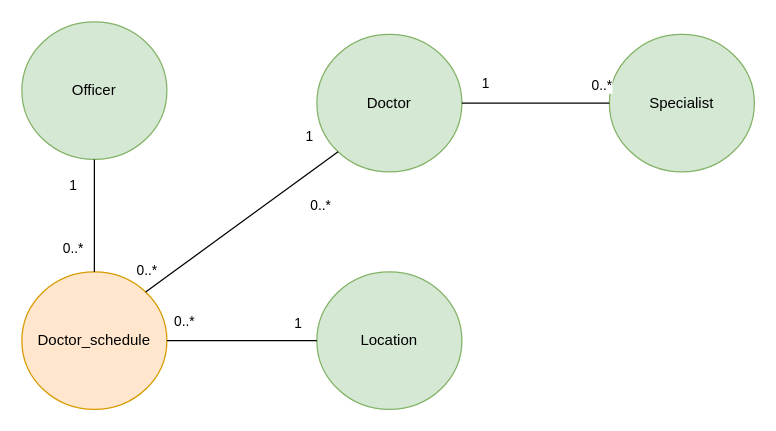
This is page "entity" (5 of 10) of ระบบนัดหมาย.drawio from nunpromporn/DoctorSchedule, a draw.io file, before an edit. Source tidied: cells renumbered, new cells numbered last; positions are measured from the earlier drawing's top-left corner, leaving out a move shared by most shapes. Both pictures are drawn from the tidied source at 125%, with x=0, y=0 at pixel (21, 21).
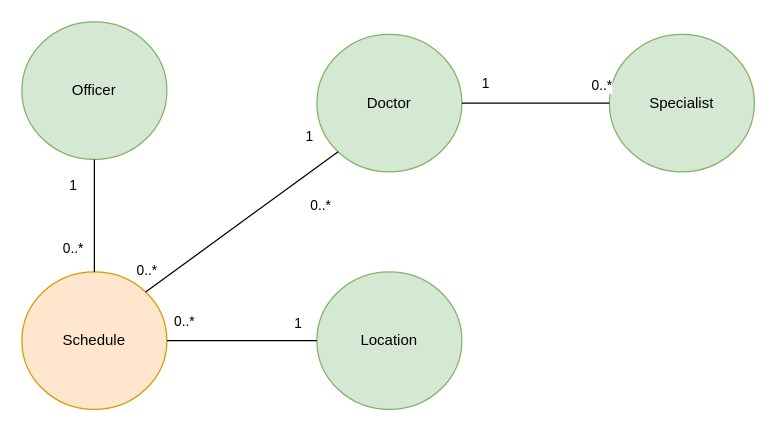
After the change.

Change to the diagram source:
```diff
@@
-    <mxCell id="5" value="Doctor_schedule" style="ellipse;whiteSpace=wrap;html=1;fillColor=#ffe6cc;strokeColor=#d79b00;" parent="1" vertex="1">
+    <mxCell id="5" value="Schedule" style="ellipse;whiteSpace=wrap;html=1;fillColor=#ffe6cc;strokeColor=#d79b00;" parent="1" vertex="1">
       <mxGeometry y="200" width="116" height="110" as="geometry" />
     </mxCell>
```
